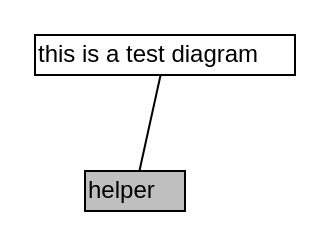
Before: page "Tab 1" (1 of 2) of data/test.drawio in JesseAldridge/drawio-plus, a draw.io diagram. Source tidied: cells renumbered, new cells numbered last; positions are measured from the earlier drawing's top-left corner, leaving out a move shared by most shapes. Both pictures are drawn from the tidied source at 200%, with x=0, y=0 at pixel (34, 34).
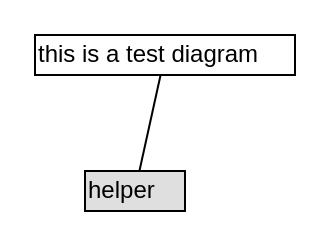
The same diagram, later.

Change to the diagram source:
```diff
@@
 <mxGraphModel>
   <root>
     <mxCell id="0" />
     <mxCell id="1" parent="0" />
     <mxCell id="2" value="this is a test diagram" style="text=;html=1;points=[];align=left;verticalAlign=top;spacingTop=-4;fillColor=#ffffff;" parent="1" vertex="1">
       <mxGeometry width="130" height="20" as="geometry" />
     </mxCell>
-    <mxCell id="3" value="helper" style="text=;html=1;points=[];align=left;verticalAlign=top;spacingTop=-4;fillColor=#bfbfbf;" parent="1" vertex="1">
+    <mxCell id="3" value="helper" style="text=;html=1;points=[];align=left;verticalAlign=top;spacingTop=-4;fillColor=#dfdfdf;" parent="1" vertex="1">
       <mxGeometry x="25" y="68" width="50" height="20" as="geometry" />
     </mxCell>
     <mxCell id="4" style="endArrow=none;html=1;fillColor=#ff0000;" parent="1" edge="1" source="3" target="2">
       <mxGeometry relative="1" as="geometry" />
     </mxCell>
   </root>
 </mxGraphModel>
```
